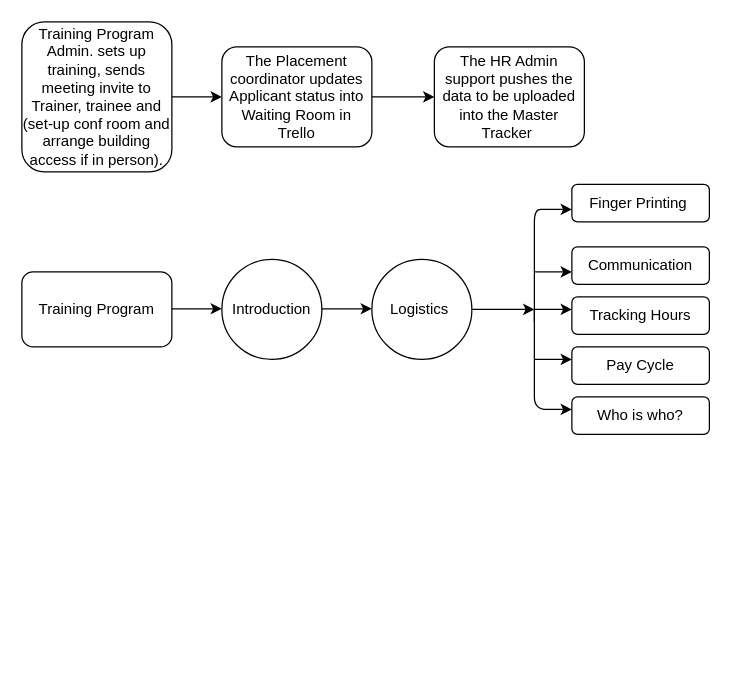
The draw.io diagram Training Diagram.drawio in MatzKing/share-course, before the edit. Source tidied: cells renumbered, new cells numbered last; positions are measured from the earlier drawing's top-left corner, leaving out a move shared by most shapes. Both pictures are drawn from the tidied source at 125%, with x=0, y=0 at pixel (21, 21).
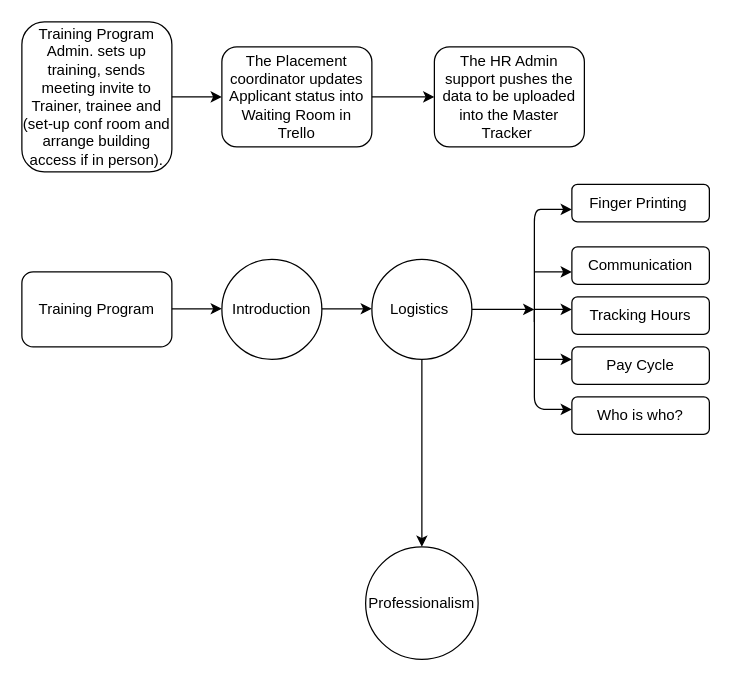
Above is the later version.

The change refers to these unchanged cells:
```xml
<mxCell id="11" value="Logistics&amp;nbsp;" style="ellipse;whiteSpace=wrap;html=1;" parent="1" vertex="1">
  <mxGeometry x="280" y="190" width="80" height="80" as="geometry" />
</mxCell>
```

What changed in the source:
```diff
@@
+    <mxCell id="23" value="Professionalism" style="ellipse;whiteSpace=wrap;html=1;" parent="1" vertex="1">
+      <mxGeometry x="275" y="420" width="90" height="90" as="geometry" />
+    </mxCell>
+    <mxCell id="24" style="endArrow=classic;html=1;exitX=0.5;exitY=1;exitDx=0;exitDy=0;entryX=0.5;entryY=0;entryDx=0;entryDy=0;" parent="1" edge="1" source="11" target="23">
+      <mxGeometry relative="1" as="geometry" />
+    </mxCell>
```
